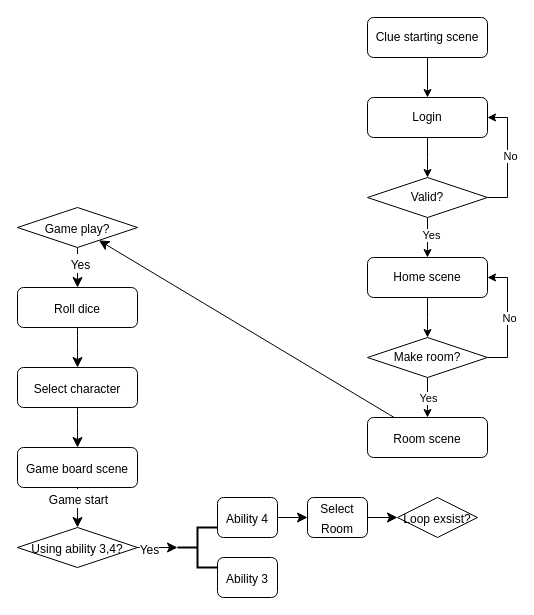
kimsunho2000/projectClue keeps this draw.io diagram as Swift.drawio. Above is the earlier version. Source tidied: cells renumbered, new cells numbered last; positions are measured from the earlier drawing's top-left corner, leaving out a move shared by most shapes. Both pictures are drawn from the tidied source at 100%, with x=0, y=0 at pixel (17, 17).
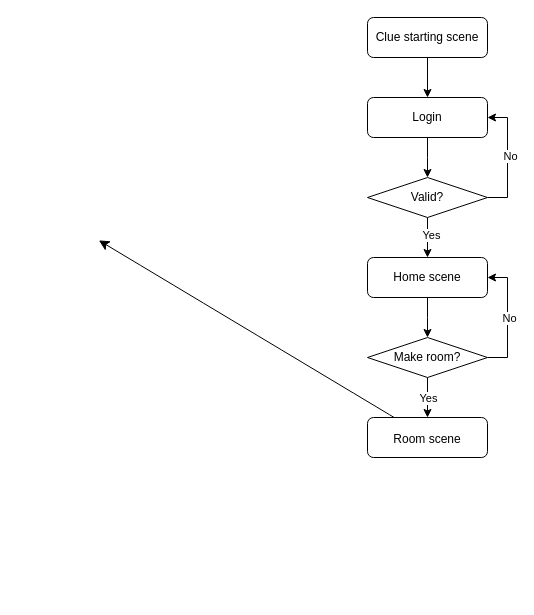
After the change.

The change refers to these unchanged cells:
```xml
<mxCell id="20" value="&lt;font style=&quot;font-size: 12px;&quot;&gt;Room scene&lt;/font&gt;" style="rounded=1;whiteSpace=wrap;html=1;fontSize=16;" parent="1" vertex="1">
  <mxGeometry x="350" y="400" width="120" height="40" as="geometry" />
</mxCell>
```

Change to the diagram source:
```diff
@@
-    <mxCell id="19" style="edgeStyle=none;curved=1;rounded=0;jettySize=auto;html=1;fontSize=12;startSize=8;endSize=8;" parent="1" edge="1" source="20" target="23">
-      <mxGeometry relative="1" as="geometry" />
+    <mxCell id="19" style="edgeStyle=none;curved=1;rounded=0;jettySize=auto;html=1;fontSize=12;startSize=8;endSize=8;" parent="1" edge="1" source="20">
+      <mxGeometry relative="1" as="geometry">
+        <mxPoint x="81.4" y="222.9" as="targetPoint" />
+      </mxGeometry>
     </mxCell>
@@
-    <mxCell id="21" style="edgeStyle=none;curved=1;rounded=0;jettySize=auto;html=1;fontSize=12;startSize=8;endSize=8;" parent="1" edge="1" source="23" target="25">
-      <mxGeometry relative="1" as="geometry" />
-    </mxCell>
-    <mxCell id="22" value="&lt;font style=&quot;font-size: 12px;&quot;&gt;Yes&lt;/font&gt;" style="edgeLabel;html=1;align=center;verticalAlign=middle;fontSize=16;" parent="21" vertex="1">
-      <mxGeometry x="-0.24" y="2" relative="1" as="geometry" />
-    </mxCell>
-    <mxCell id="23" value="&lt;font style=&quot;font-size: 12px;&quot;&gt;Game play?&lt;/font&gt;" style="rhombus;whiteSpace=wrap;html=1;fontSize=16;" parent="1" vertex="1">
-      <mxGeometry y="190" width="120" height="40" as="geometry" />
-    </mxCell>
-    <mxCell id="24" style="edgeStyle=none;curved=1;rounded=0;jettySize=auto;html=1;fontSize=12;startSize=8;endSize=8;" parent="1" edge="1" source="25" target="27">
-      <mxGeometry relative="1" as="geometry" />
-    </mxCell>
-    <mxCell id="25" value="&lt;font style=&quot;font-size: 12px;&quot;&gt;Roll dice&lt;/font&gt;" style="rounded=1;whiteSpace=wrap;html=1;fontSize=16;" parent="1" vertex="1">
-      <mxGeometry y="270" width="120" height="40" as="geometry" />
-    </mxCell>
-    <mxCell id="26" style="edgeStyle=none;curved=1;rounded=0;jettySize=auto;html=1;fontSize=12;startSize=8;endSize=8;" parent="1" edge="1" source="27" target="30">
-      <mxGeometry relative="1" as="geometry" />
-    </mxCell>
-    <mxCell id="27" value="&lt;font style=&quot;font-size: 12px;&quot;&gt;Select character&lt;/font&gt;" style="rounded=1;whiteSpace=wrap;html=1;fontSize=16;" parent="1" vertex="1">
-      <mxGeometry y="350" width="120" height="40" as="geometry" />
-    </mxCell>
-    <mxCell id="28" style="edgeStyle=none;curved=1;rounded=0;jettySize=auto;html=1;fontSize=12;startSize=8;endSize=8;" parent="1" edge="1" source="30">
-      <mxGeometry relative="1" as="geometry">
-        <mxPoint x="60" y="510" as="targetPoint" />
-      </mxGeometry>
-    </mxCell>
-    <mxCell id="29" value="&lt;font style=&quot;font-size: 12px;&quot;&gt;Game start&lt;/font&gt;" style="edgeLabel;html=1;align=center;verticalAlign=middle;fontSize=16;" parent="28" vertex="1">
-      <mxGeometry x="0.2" y="-1" relative="1" as="geometry">
-        <mxPoint x="1" y="-14" as="offset" />
-      </mxGeometry>
-    </mxCell>
-    <mxCell id="30" value="&lt;span style=&quot;font-size: 12px;&quot;&gt;Game board scene&lt;/span&gt;" style="whiteSpace=wrap;html=1;fontSize=16;rounded=1;" parent="1" vertex="1">
-      <mxGeometry y="430" width="120" height="40" as="geometry" />
-    </mxCell>
-    <mxCell id="31" value="&lt;font style=&quot;font-size: 12px;&quot;&gt;Using ability 3,4?&lt;/font&gt;" style="rhombus;whiteSpace=wrap;html=1;fontSize=16;" parent="1" vertex="1">
-      <mxGeometry y="510" width="120" height="40" as="geometry" />
-    </mxCell>
-    <mxCell id="32" style="strokeWidth=2;html=1;shape=mxgraph.flowchart.annotation_2;align=left;labelPosition=right;fontSize=16;" parent="1" vertex="1">
-      <mxGeometry x="160" y="510" width="40" height="40" as="geometry" />
-    </mxCell>
-    <mxCell id="33" style="edgeStyle=none;curved=1;rounded=0;jettySize=auto;html=1;entryX=0;entryY=0.5;entryDx=0;entryDy=0;entryPerimeter=0;fontSize=12;startSize=8;endSize=8;" parent="1" edge="1" source="31" target="32">
-      <mxGeometry relative="1" as="geometry" />
-    </mxCell>
-    <mxCell id="34" value="&lt;font style=&quot;font-size: 12px;&quot;&gt;Yes&lt;/font&gt;" style="edgeLabel;html=1;align=center;verticalAlign=middle;fontSize=16;" parent="33" vertex="1">
-      <mxGeometry x="-0.46" y="-3" relative="1" as="geometry">
-        <mxPoint y="-3" as="offset" />
-      </mxGeometry>
-    </mxCell>
-    <mxCell id="35" value="&lt;font style=&quot;font-size: 12px;&quot;&gt;Ability 3&lt;/font&gt;" style="rounded=1;whiteSpace=wrap;html=1;fontSize=16;" parent="1" vertex="1">
-      <mxGeometry x="200" y="540" width="60" height="40" as="geometry" />
-    </mxCell>
-    <mxCell id="36" style="edgeStyle=none;curved=1;rounded=0;jettySize=auto;html=1;exitX=1;exitY=0.5;exitDx=0;exitDy=0;entryX=0;entryY=0.5;entryDx=0;entryDy=0;fontSize=12;startSize=8;endSize=8;" parent="1" edge="1" source="37" target="39">
-      <mxGeometry relative="1" as="geometry" />
-    </mxCell>
-    <mxCell id="37" value="&lt;span style=&quot;color: rgb(0, 0, 0); font-family: Helvetica; font-size: 12px; font-style: normal; font-variant-ligatures: normal; font-variant-caps: normal; font-weight: 400; letter-spacing: normal; orphans: 2; text-align: center; text-indent: 0px; text-transform: none; widows: 2; word-spacing: 0px; -webkit-text-stroke-width: 0px; background-color: rgb(251, 251, 251); text-decoration-thickness: initial; text-decoration-style: initial; text-decoration-color: initial; float: none; display: inline !important;&quot;&gt;Ability 4&lt;/span&gt;" style="rounded=1;whiteSpace=wrap;html=1;fontSize=16;" parent="1" vertex="1">
-      <mxGeometry x="200" y="480" width="60" height="40" as="geometry" />
-    </mxCell>
-    <mxCell id="38" style="edgeStyle=none;curved=1;rounded=0;jettySize=auto;html=1;entryX=0;entryY=0.5;entryDx=0;entryDy=0;fontSize=12;startSize=8;endSize=8;" parent="1" edge="1" source="39" target="40">
-      <mxGeometry relative="1" as="geometry" />
-    </mxCell>
-    <mxCell id="39" value="&lt;span style=&quot;color: rgb(0, 0, 0); font-family: Helvetica; font-size: 12px; font-style: normal; font-variant-ligatures: normal; font-variant-caps: normal; font-weight: 400; letter-spacing: normal; orphans: 2; text-align: center; text-indent: 0px; text-transform: none; widows: 2; word-spacing: 0px; -webkit-text-stroke-width: 0px; background-color: rgb(251, 251, 251); text-decoration-thickness: initial; text-decoration-style: initial; text-decoration-color: initial; float: none; display: inline !important;&quot;&gt;Select Room&lt;/span&gt;" style="rounded=1;whiteSpace=wrap;html=1;fontSize=16;" parent="1" vertex="1">
-      <mxGeometry x="290" y="480" width="60" height="40" as="geometry" />
-    </mxCell>
-    <mxCell id="40" value="&lt;font style=&quot;font-size: 12px;&quot;&gt;Loop exsist?&lt;/font&gt;" style="rhombus;whiteSpace=wrap;html=1;fontSize=16;" parent="1" vertex="1">
-      <mxGeometry x="380" y="480" width="80" height="40" as="geometry" />
-    </mxCell>
```
